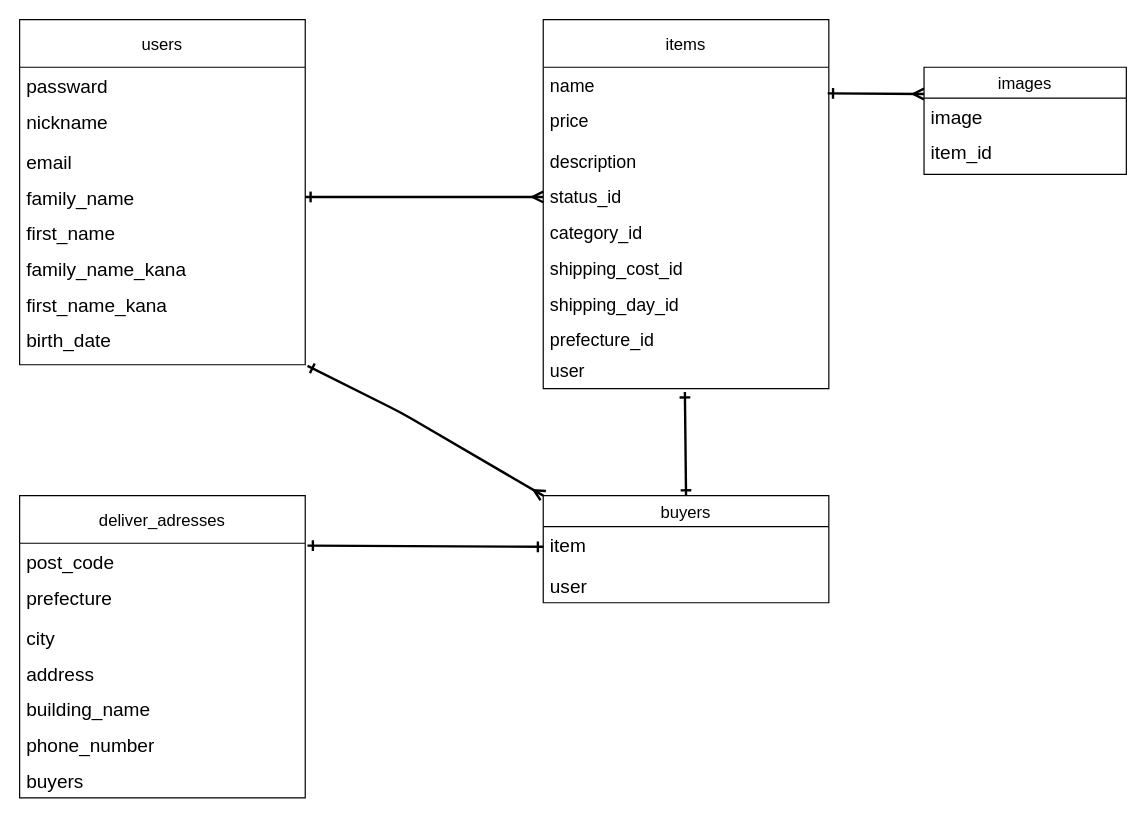
Above: ER.dio in YugamiHiroto/furima-37737 (draw.io), before the change. Source tidied: cells renumbered, new cells numbered last; positions are measured from the earlier drawing's top-left corner, leaving out a move shared by most shapes. Both pictures are drawn from the tidied source at 119%, with x=0, y=0 at pixel (19, 19).
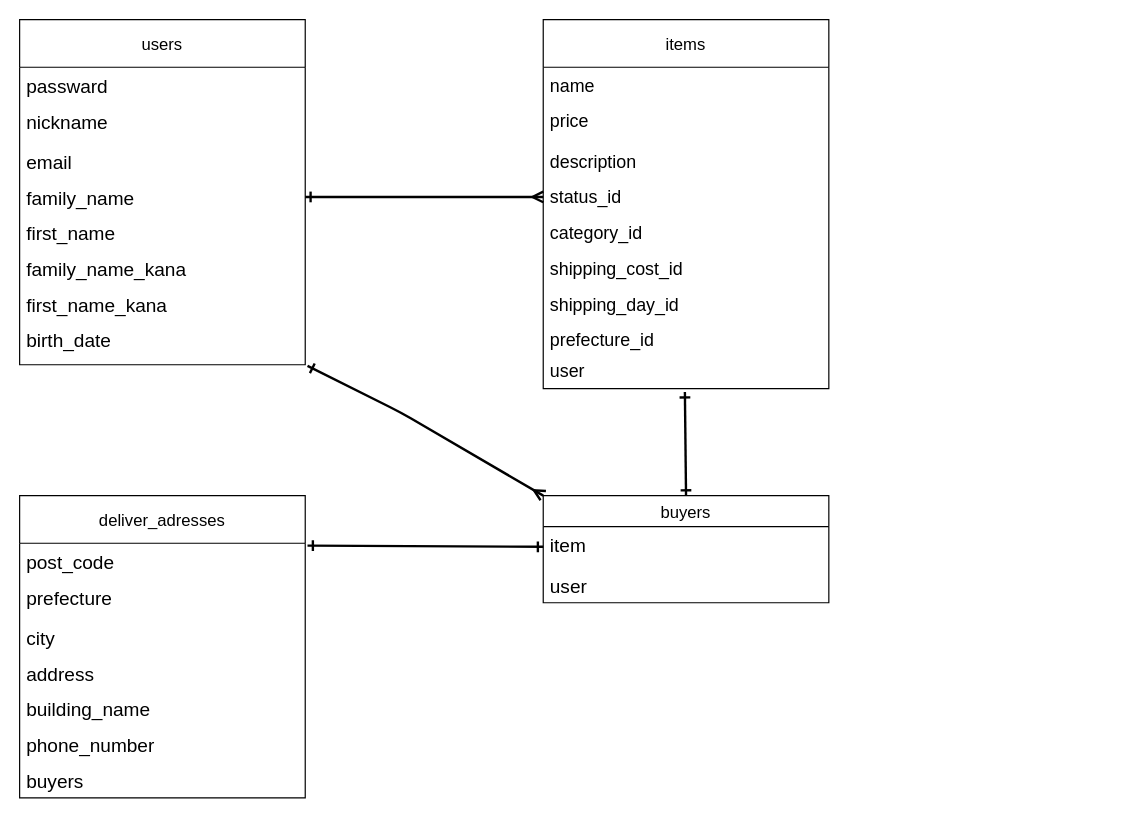
The same page after the edit.

The change refers to these unchanged cells:
```xml
<mxCell id="12" value="name " style="text;strokeColor=none;fillColor=none;spacingLeft=4;spacingRight=4;overflow=hidden;points=[[0,0.5],[1,0.5]];portConstraint=eastwest;fontSize=15;fontStyle=0;" parent="11" vertex="1">
  <mxGeometry y="40" width="240" height="30" as="geometry" />
</mxCell>
```

What changed in the source:
```diff
@@
-    <mxCell id="35" style="edgeStyle=none;html=1;exitX=0;exitY=0.25;exitDx=0;exitDy=0;entryX=0.996;entryY=0.733;entryDx=0;entryDy=0;entryPerimeter=0;fontSize=16;fontColor=default;startArrow=ERmany;startFill=0;endArrow=ERone;endFill=0;targetPerimeterSpacing=-1;strokeWidth=2;" parent="1" edge="1" source="36" target="12">
-      <mxGeometry relative="1" as="geometry" />
-    </mxCell>
-    <mxCell id="36" value="images" style="swimlane;fontStyle=0;horizontal=1;startSize=26;align=center;fontSize=14;labelBackgroundColor=none;" parent="1" vertex="1">
-      <mxGeometry x="760" y="40" width="170" height="90" as="geometry" />
-    </mxCell>
-    <mxCell id="37" value="image" style="text;strokeColor=none;fillColor=none;spacingLeft=4;spacingRight=4;overflow=hidden;fontSize=16;labelBackgroundColor=none;fontColor=default;" parent="36" vertex="1">
-      <mxGeometry y="26" width="170" height="30" as="geometry" />
-    </mxCell>
-    <mxCell id="38" value="item_id" style="text;strokeColor=none;fillColor=none;spacingLeft=4;spacingRight=4;overflow=hidden;fontSize=16;labelBackgroundColor=none;fontColor=default;" parent="36" vertex="1">
-      <mxGeometry y="56" width="170" height="34" as="geometry" />
-    </mxCell>
```
